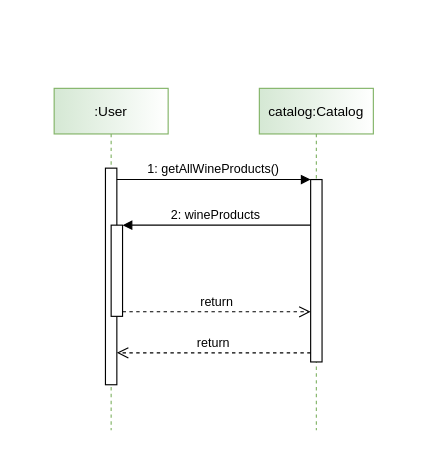
The draw.io diagram Untitled Diagram.drawio in DECHT/test, before the edit. Source tidied: cells renumbered, new cells numbered last; positions are measured from the earlier drawing's top-left corner, leaving out a move shared by most shapes. Both pictures are drawn from the tidied source at 114%, with x=0, y=0 at pixel (54, 88).
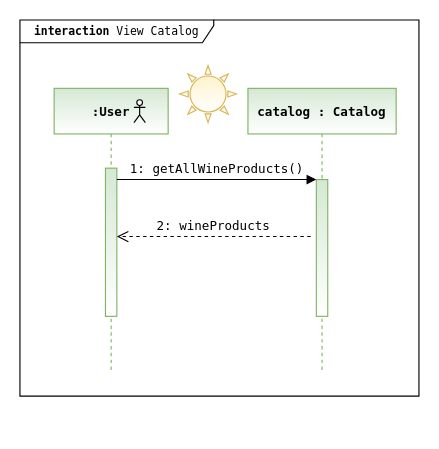
Above is the later version.

What changed in the source:
```diff
@@
 <mxGraphModel>
   <root>
     <mxCell id="0" />
     <mxCell id="1" parent="0" />
+    <mxCell id="11" value="&lt;b style=&quot;font-size: 10px;&quot;&gt;interaction &lt;/b&gt;View Catalog" style="shape=umlFrame;whiteSpace=wrap;html=1;gradientColor=#ffffff;align=center;width=170;height=20;fontFamily=Lucida Console;fontSize=10;" parent="1" vertex="1">
+      <mxGeometry x="-30" y="-60" width="350" height="330" as="geometry" />
+    </mxCell>
-    <mxCell id="2" value=":User" style="shape=umlLifeline;perimeter=lifelinePerimeter;rounded=0;shadow=0;strokeWidth=1;fillColor=#d5e8d4;strokeColor=#82b366;gradientColor=#ffffff;gradientDirection=east;" parent="1" vertex="1">
-      <mxGeometry width="100" height="300" as="geometry" />
+    <mxCell id="2" value=":User" style="shape=umlLifeline;perimeter=lifelinePerimeter;rounded=0;shadow=0;strokeWidth=1;fillColor=#d5e8d4;strokeColor=#82b366;gradientColor=#ffffff;gradientDirection=south;fontStyle=1;align=center;fontFamily=Lucida Console;fontSize=11;" parent="1" vertex="1">
+      <mxGeometry width="100" height="250" as="geometry" />
     </mxCell>
-    <mxCell id="3" style="points=[];perimeter=orthogonalPerimeter;rounded=0;shadow=0;strokeWidth=1;" parent="2" vertex="1">
-      <mxGeometry x="45" y="70" width="10" height="190" as="geometry" />
+    <mxCell id="3" style="points=[];perimeter=orthogonalPerimeter;rounded=0;shadow=0;strokeWidth=1;fillColor=#d5e8d4;strokeColor=#82b366;gradientColor=#ffffff;gradientDirection=south;fontFamily=Lucida Console;fontSize=10;" parent="2" vertex="1">
+      <mxGeometry x="45" y="70" width="10" height="130" as="geometry" />
     </mxCell>
-    <mxCell id="4" style="points=[];perimeter=orthogonalPerimeter;rounded=0;shadow=0;strokeWidth=1;" parent="2" vertex="1">
-      <mxGeometry x="50" y="120" width="10" height="80" as="geometry" />
-    </mxCell>
+    <mxCell id="12" style="shape=umlActor;verticalLabelPosition=bottom;verticalAlign=top;html=1;gradientColor=#ffffff;fontFamily=Lucida Console;fontSize=10;" parent="2" vertex="1">
+      <mxGeometry x="70" y="10" width="10" height="20" as="geometry" />
+    </mxCell>
-    <mxCell id="5" value="catalog:Catalog" style="shape=umlLifeline;perimeter=lifelinePerimeter;rounded=0;shadow=0;strokeWidth=1;fillColor=#d5e8d4;strokeColor=#82b366;gradientColor=#ffffff;gradientDirection=east;" parent="1" vertex="1">
-      <mxGeometry x="180" width="100" height="300" as="geometry" />
+    <mxCell id="5" value="catalog : Catalog" style="shape=umlLifeline;perimeter=lifelinePerimeter;rounded=0;shadow=0;strokeWidth=1;fillColor=#d5e8d4;strokeColor=#82b366;gradientColor=#ffffff;gradientDirection=south;fontStyle=1;fontFamily=Lucida Console;fontSize=11;" parent="1" vertex="1">
+      <mxGeometry x="170" width="130" height="250" as="geometry" />
     </mxCell>
-    <mxCell id="6" style="points=[];perimeter=orthogonalPerimeter;rounded=0;shadow=0;strokeWidth=1;" parent="5" vertex="1">
-      <mxGeometry x="45" y="80" width="10" height="160" as="geometry" />
+    <mxCell id="6" style="points=[];perimeter=orthogonalPerimeter;rounded=0;shadow=0;strokeWidth=1;fillColor=#d5e8d4;strokeColor=#82b366;gradientColor=#ffffff;fontFamily=Lucida Console;fontSize=10;" parent="5" vertex="1">
+      <mxGeometry x="60" y="80" width="10" height="120" as="geometry" />
     </mxCell>
-    <mxCell id="7" value="return" style="verticalAlign=bottom;endArrow=open;dashed=1;endSize=8;exitX=0;exitY=0.95;shadow=0;strokeWidth=1;" parent="1" edge="1" source="6" target="3">
-      <mxGeometry relative="1" as="geometry" />
-    </mxCell>
-    <mxCell id="8" value="1: getAllWineProducts()" style="verticalAlign=bottom;endArrow=block;entryX=0;entryY=0;shadow=0;strokeWidth=1;" parent="1" edge="1" source="3" target="6">
+    <mxCell id="8" value="1: getAllWineProducts()" style="verticalAlign=bottom;endArrow=block;entryX=0;entryY=0;shadow=0;strokeWidth=1;fontFamily=Lucida Console;fontSize=11;" parent="1" edge="1" source="3" target="6">
       <mxGeometry relative="1" as="geometry" />
     </mxCell>
-    <mxCell id="9" value="2: wineProducts" style="verticalAlign=bottom;endArrow=block;entryX=1;entryY=0;shadow=0;strokeWidth=1;" parent="1" edge="1" source="6" target="4">
-      <mxGeometry relative="1" as="geometry" />
+    <mxCell id="9" value="2: wineProducts" style="verticalAlign=bottom;endArrow=open;dashed=1;endSize=8;exitX=0;exitY=0.95;shadow=0;strokeWidth=1;fontFamily=Lucida Console;fontSize=11;" parent="1" edge="1">
+      <mxGeometry relative="1" as="geometry">
+        <mxPoint x="225" y="130" as="sourcePoint" />
+        <mxPoint x="55" y="130" as="targetPoint" />
+      </mxGeometry>
     </mxCell>
-    <mxCell id="10" value="return" style="verticalAlign=bottom;endArrow=open;dashed=1;endSize=8;exitX=1;exitY=0.95;shadow=0;strokeWidth=1;" parent="1" edge="1" source="4" target="6">
-      <mxGeometry relative="1" as="geometry" />
-    </mxCell>
+    <mxCell id="13" style="verticalLabelPosition=bottom;verticalAlign=top;html=1;shape=mxgraph.basic.sun;align=center;fillColor=#fff2cc;strokeColor=#d6b656;gradientColor=#ffffff;fontFamily=Lucida Console;fontSize=10;" parent="1" vertex="1">
+      <mxGeometry x="110" y="-20" width="50" height="50" as="geometry" />
+    </mxCell>
   </root>
 </mxGraphModel>
```
